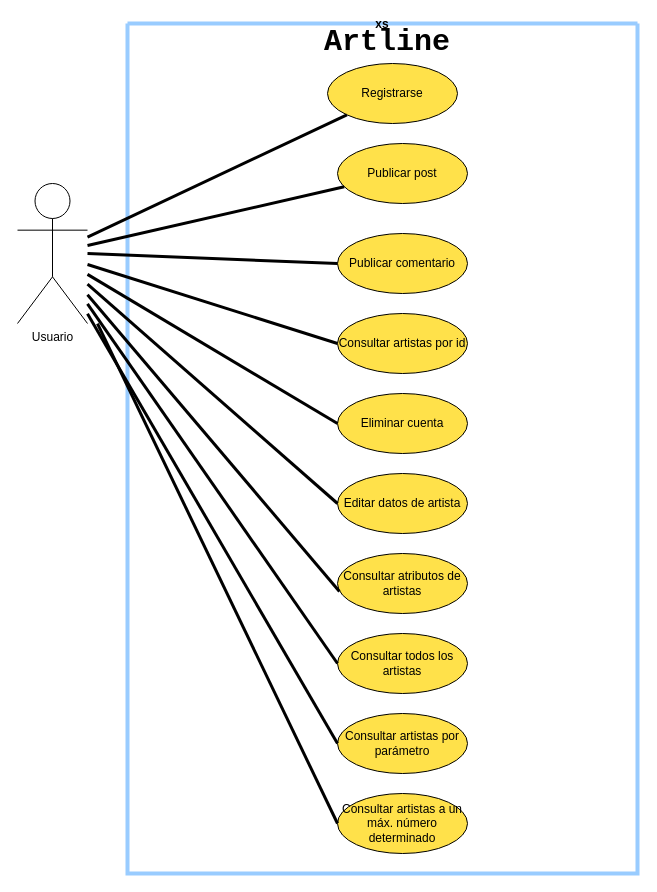
The draw.io diagram Casos_de_Uso.drawio in luismtapia/Artline-API, before the edit. Source tidied: cells renumbered, new cells numbered last; positions are measured from the earlier drawing's top-left corner, leaving out a move shared by most shapes. Both pictures are drawn from the tidied source at 100%, with x=0, y=0 at pixel (17, 23).
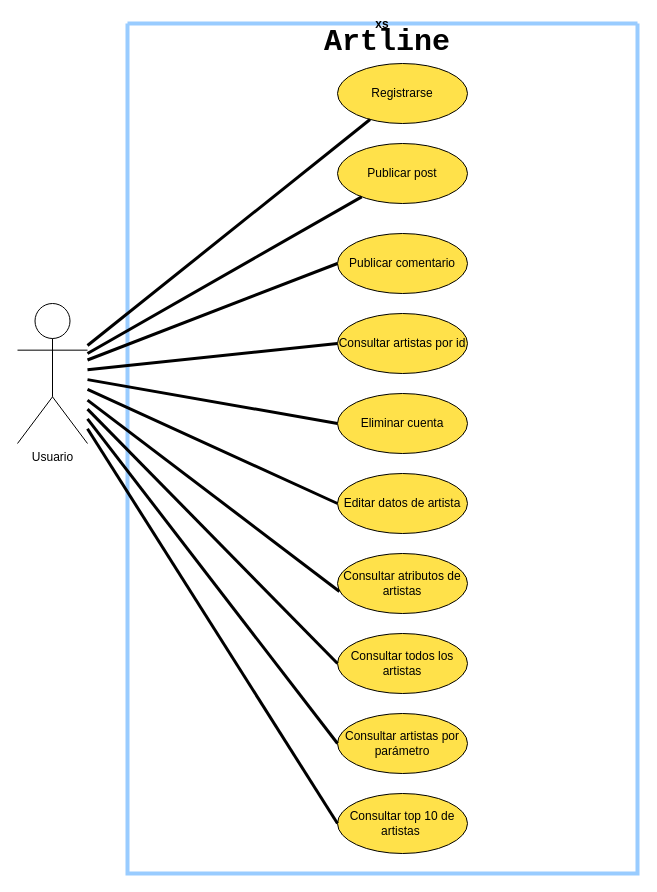
The same diagram, later.

Commit message:
Actualización de Casos de Uso

The change refers to these unchanged cells:
```xml
<mxCell id="2" value="xs" style="swimlane;startSize=0;strokeWidth=4;fillColor=#99FFFF;strokeColor=#99CCFF;" parent="1" vertex="1">
  <mxGeometry x="110" width="510" height="850" as="geometry" />
</mxCell>
<mxCell id="4" value="Publicar comentario" style="ellipse;whiteSpace=wrap;html=1;fillColor=#FFE14A;" parent="2" vertex="1">
  <mxGeometry x="210" y="210" width="130" height="60" as="geometry" />
</mxCell>
```

Diff of the diagram source:
```diff
@@
     <mxCell id="3" value="Registrarse" style="ellipse;whiteSpace=wrap;html=1;fillColor=#FFE14A;" parent="2" vertex="1">
-      <mxGeometry x="200" y="40" width="130" height="60" as="geometry" />
+      <mxGeometry x="210" y="40" width="130" height="60" as="geometry" />
     </mxCell>
@@
-    <mxCell id="13" value="Consultar artistas a un máx. número determinado" style="ellipse;whiteSpace=wrap;html=1;fillColor=#FFE14A;" parent="2" vertex="1">
+    <mxCell id="13" value="Consultar top 10 de artistas&amp;nbsp;" style="ellipse;whiteSpace=wrap;html=1;fillColor=#FFE14A;" parent="2" vertex="1">
       <mxGeometry x="210" y="770" width="130" height="60" as="geometry" />
     </mxCell>
-    <mxCell id="14" style="rounded=0;jettySize=auto;html=1;exitX=0;exitY=0.5;exitDx=0;exitDy=0;endArrow=none;endFill=0;strokeWidth=3;" parent="1" edge="1" source="4">
-      <mxGeometry relative="1" as="geometry">
-        <mxPoint x="70" y="230" as="targetPoint" />
-      </mxGeometry>
+    <mxCell id="14" style="rounded=0;jettySize=auto;html=1;exitX=0;exitY=0.5;exitDx=0;exitDy=0;endArrow=none;endFill=0;strokeWidth=3;" parent="1" edge="1" source="4" target="17">
+      <mxGeometry relative="1" as="geometry" />
     </mxCell>
@@
     <mxCell id="17" value="Usuario" style="shape=umlActor;verticalLabelPosition=bottom;verticalAlign=top;html=1;outlineConnect=0;" parent="1" vertex="1">
-      <mxGeometry y="160" width="70" height="140" as="geometry" />
+      <mxGeometry y="280" width="70" height="140" as="geometry" />
     </mxCell>
@@
-    <mxCell id="24" style="rounded=0;jettySize=auto;html=1;endArrow=none;endFill=0;strokeWidth=3;exitX=0;exitY=0.5;exitDx=0;exitDy=0;" parent="1" edge="1" source="13">
-      <mxGeometry relative="1" as="geometry">
-        <mxPoint x="80" y="300.2" as="targetPoint" />
-      </mxGeometry>
+    <mxCell id="24" style="rounded=0;jettySize=auto;html=1;endArrow=none;endFill=0;strokeWidth=3;exitX=0;exitY=0.5;exitDx=0;exitDy=0;" parent="1" edge="1" source="13" target="17">
+      <mxGeometry relative="1" as="geometry" />
     </mxCell>
```
